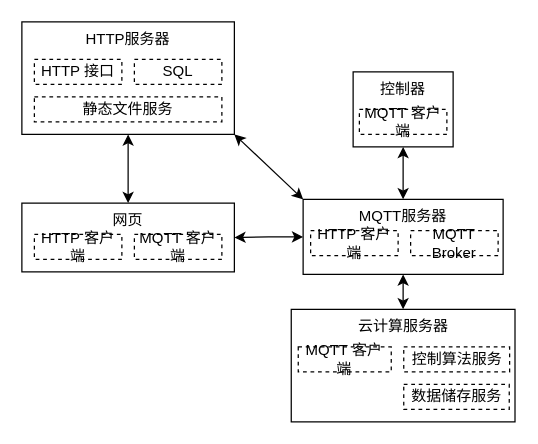
Earlier version of the draw.io diagram page "扩展系统" (2 of 2) of 系统组成框图.drawio (hjc2000/paperwork). Source tidied: cells renumbered, new cells numbered last; positions are measured from the earlier drawing's top-left corner, leaving out a move shared by most shapes. Both pictures are drawn from the tidied source at 125%, with x=0, y=0 at pixel (21, 21).
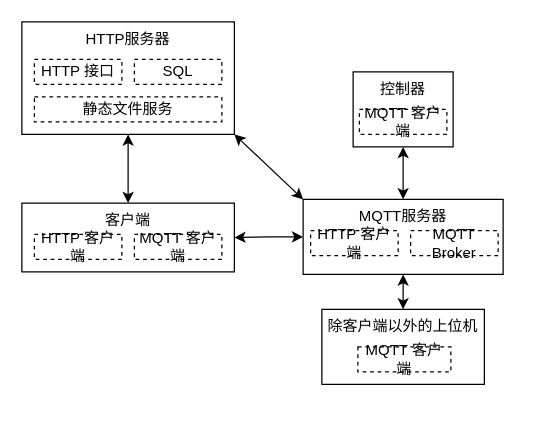
Above is the later version.

Unchanged cells that the change refers to:
```xml
<mxCell id="10" style="group;fontFamily=宋体;" parent="1" vertex="1">
  <mxGeometry y="145" width="170" height="55" as="geometry" />
</mxCell>
```

Diff of the diagram source:
```diff
@@
-    <mxCell id="11" value="网页" style="rounded=0;whiteSpace=wrap;html=1;fontFamily=宋体;verticalAlign=top;align=center;" parent="10" vertex="1">
+    <mxCell id="11" value="客户端" style="rounded=0;whiteSpace=wrap;html=1;fontFamily=宋体;verticalAlign=top;align=center;" parent="10" vertex="1">
       <mxGeometry width="170" height="55" as="geometry" />
     </mxCell>
@@
-    <mxCell id="23" value="云计算服务器" style="rounded=0;whiteSpace=wrap;html=1;fontFamily=宋体;verticalAlign=top;" parent="1" vertex="1">
-      <mxGeometry x="215.5" y="230" width="179" height="90" as="geometry" />
+    <mxCell id="23" value="除客户端以外的上位机" style="rounded=0;whiteSpace=wrap;html=1;fontFamily=宋体;verticalAlign=top;" parent="1" vertex="1">
+      <mxGeometry x="240" y="230" width="130" height="60" as="geometry" />
     </mxCell>
     <mxCell id="24" value="MQTT 客户端" style="rounded=0;whiteSpace=wrap;html=1;fontFamily=宋体;dashed=1;" parent="1" vertex="1">
-      <mxGeometry x="221.1" y="260" width="74.4" height="20" as="geometry" />
+      <mxGeometry x="268.8" y="260" width="74.4" height="20" as="geometry" />
     </mxCell>
-    <mxCell id="25" value="控制算法服务" style="rounded=0;whiteSpace=wrap;html=1;fontFamily=宋体;dashed=1;" parent="1" vertex="1">
-      <mxGeometry x="305.5" y="260" width="84.7" height="20" as="geometry" />
-    </mxCell>
-    <mxCell id="26" value="数据储存服务" style="rounded=0;whiteSpace=wrap;html=1;fontFamily=宋体;dashed=1;" parent="1" vertex="1">
-      <mxGeometry x="305.5" y="290" width="84.4" height="20" as="geometry" />
-    </mxCell>
```
